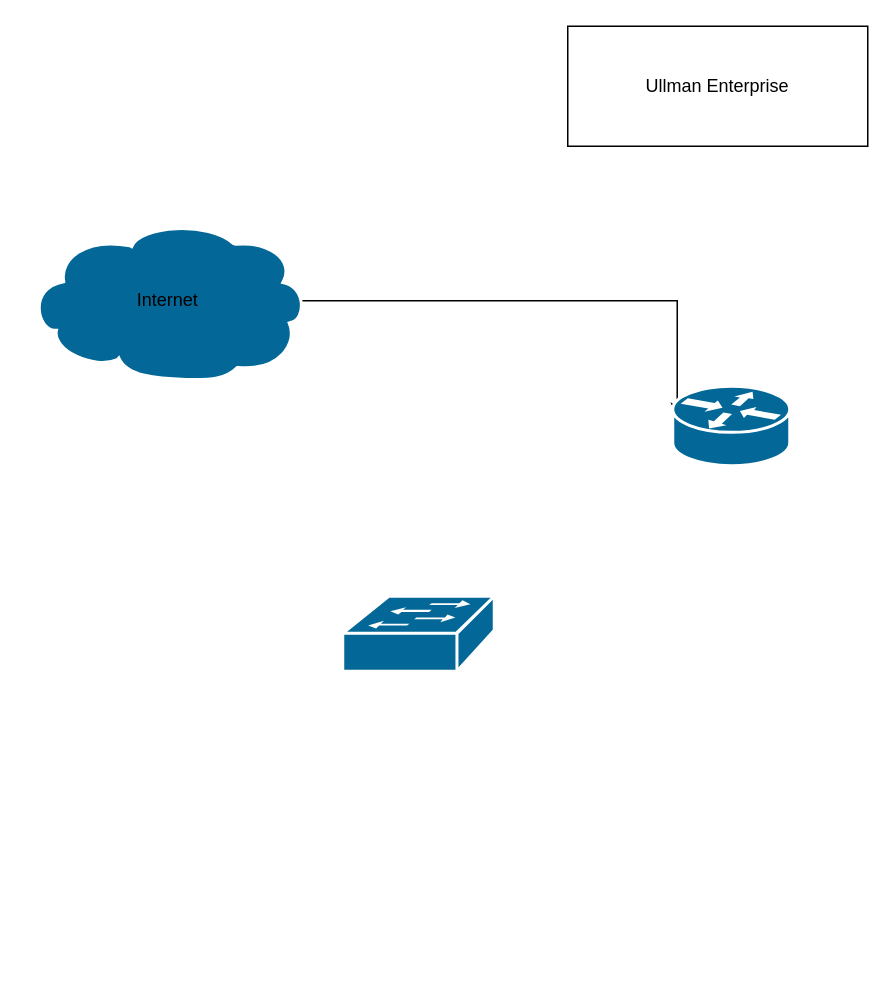
Above: Untitled Diagram.drawio in taming-life/ITNW1325_class (draw.io), before the change. Source tidied: cells renumbered, new cells numbered last; positions are measured from the earlier drawing's top-left corner, leaving out a move shared by most shapes. Both pictures are drawn from the tidied source at 150%, with x=0, y=0 at pixel (27, 26).
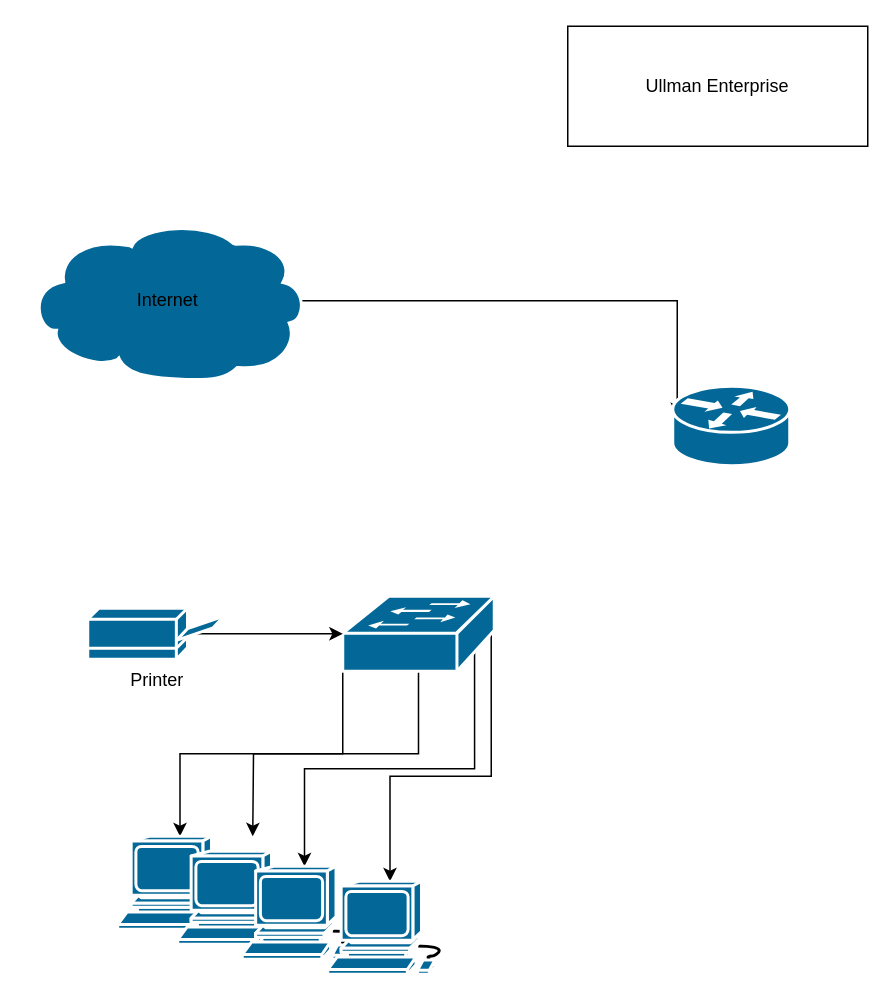
Above is the later version.

Diff of the diagram source:
```diff
@@
 <mxGraphModel>
   <root>
     <mxCell id="0" />
     <mxCell id="1" parent="0" />
     <mxCell id="2" style="edgeStyle=orthogonalEdgeStyle;rounded=0;jettySize=auto;html=1;exitX=0.98;exitY=0.5;exitDx=0;exitDy=0;exitPerimeter=0;entryX=0.038;entryY=0.377;entryDx=0;entryDy=0;entryPerimeter=0;" parent="1" edge="1" source="3" target="4">
       <mxGeometry relative="1" as="geometry" />
     </mxCell>
     <mxCell id="3" value="Internet" style="shape=mxgraph.cisco.storage.cloud;sketch=0;html=1;dashed=0;fillColor=#036897;strokeColor=#ffffff;strokeWidth=2;verticalLabelPosition=middle;verticalAlign=middle;align=center;outlineConnect=0;labelPosition=center;" parent="1" vertex="1">
       <mxGeometry y="130" width="186" height="106" as="geometry" />
     </mxCell>
     <mxCell id="4" style="shape=mxgraph.cisco.routers.router;sketch=0;html=1;dashed=0;fillColor=#036897;strokeColor=#ffffff;strokeWidth=2;verticalLabelPosition=bottom;verticalAlign=top;align=center;outlineConnect=0;" parent="1" vertex="1">
       <mxGeometry x="430" y="240" width="78" height="53" as="geometry" />
     </mxCell>
+    <mxCell id="7" style="edgeStyle=orthogonalEdgeStyle;rounded=0;orthogonalLoop=1;jettySize=auto;html=1;" parent="1" edge="1" source="14" target="14">
+      <mxGeometry relative="1" as="geometry" />
+    </mxCell>
+    <mxCell id="8" style="edgeStyle=orthogonalEdgeStyle;rounded=0;jettySize=auto;html=1;exitX=0;exitY=0.98;exitDx=0;exitDy=0;exitPerimeter=0;entryX=0.5;entryY=0;entryDx=0;entryDy=0;entryPerimeter=0;" parent="1" edge="1" source="5" target="14">
+      <mxGeometry relative="1" as="geometry" />
+    </mxCell>
+    <mxCell id="9" style="edgeStyle=orthogonalEdgeStyle;rounded=0;jettySize=auto;html=1;exitX=0.5;exitY=0.98;exitDx=0;exitDy=0;exitPerimeter=0;" parent="1" edge="1" source="5">
+      <mxGeometry relative="1" as="geometry">
+        <mxPoint x="150" y="540" as="targetPoint" />
+      </mxGeometry>
+    </mxCell>
+    <mxCell id="10" style="edgeStyle=orthogonalEdgeStyle;rounded=0;jettySize=auto;html=1;exitX=0.87;exitY=0.74;exitDx=0;exitDy=0;exitPerimeter=0;" parent="1" edge="1" source="5" target="16">
+      <mxGeometry relative="1" as="geometry" />
+    </mxCell>
+    <mxCell id="11" style="edgeStyle=orthogonalEdgeStyle;rounded=0;jettySize=auto;html=1;exitX=0.98;exitY=0.5;exitDx=0;exitDy=0;exitPerimeter=0;" parent="1" edge="1" source="5" target="17">
+      <mxGeometry relative="1" as="geometry" />
+    </mxCell>
     <mxCell id="5" style="shape=mxgraph.cisco.switches.workgroup_switch;sketch=0;html=1;dashed=0;fillColor=#036897;strokeColor=#ffffff;strokeWidth=2;verticalLabelPosition=bottom;verticalAlign=top;align=center;outlineConnect=0;" parent="1" vertex="1">
       <mxGeometry x="210" y="380" width="101" height="50" as="geometry" />
     </mxCell>
     <mxCell id="6" value="Ullman Enterprise" style="rounded=0;whiteSpace=wrap;html=1;" parent="1" vertex="1">
       <mxGeometry x="360" width="200" height="80" as="geometry" />
     </mxCell>
+    <mxCell id="12" style="edgeStyle=orthogonalEdgeStyle;rounded=0;jettySize=auto;html=1;exitX=0.8;exitY=0.5;exitDx=0;exitDy=0;exitPerimeter=0;entryX=0;entryY=0.5;entryDx=0;entryDy=0;entryPerimeter=0;" parent="1" edge="1" source="13" target="5">
+      <mxGeometry relative="1" as="geometry" />
+    </mxCell>
+    <mxCell id="13" value="Printer" style="shape=mxgraph.cisco.computers_and_peripherals.printer;html=1;dashed=0;fillColor=#036897;strokeColor=#ffffff;strokeWidth=2;verticalLabelPosition=bottom;verticalAlign=top;align=center;outlineConnect=0;" parent="1" vertex="1">
+      <mxGeometry x="40" y="388" width="91" height="34" as="geometry" />
+    </mxCell>
+    <mxCell id="14" style="shape=mxgraph.cisco.computers_and_peripherals.workstation;sketch=0;html=1;dashed=0;fillColor=#036897;strokeColor=#ffffff;strokeWidth=2;verticalLabelPosition=bottom;verticalAlign=top;align=center;outlineConnect=0;" parent="1" vertex="1">
+      <mxGeometry x="60" y="540" width="83" height="62" as="geometry" />
+    </mxCell>
+    <mxCell id="15" style="shape=mxgraph.cisco.computers_and_peripherals.workstation;sketch=0;html=1;dashed=0;fillColor=#036897;strokeColor=#ffffff;strokeWidth=2;verticalLabelPosition=bottom;verticalAlign=top;align=center;" parent="1" vertex="1">
+      <mxGeometry x="100" y="550" width="83" height="62" as="geometry" />
+    </mxCell>
+    <mxCell id="16" style="shape=mxgraph.cisco.computers_and_peripherals.workstation;sketch=0;html=1;dashed=0;fillColor=#036897;strokeColor=#ffffff;strokeWidth=2;verticalLabelPosition=bottom;verticalAlign=top;align=center;outlineConnect=0;" parent="1" vertex="1">
+      <mxGeometry x="143" y="560" width="83" height="62" as="geometry" />
+    </mxCell>
+    <mxCell id="17" style="shape=mxgraph.cisco.computers_and_peripherals.workstation;sketch=0;html=1;dashed=0;fillColor=#036897;strokeColor=#ffffff;strokeWidth=2;verticalLabelPosition=bottom;verticalAlign=top;align=center;outlineConnect=0;" parent="1" vertex="1">
+      <mxGeometry x="200" y="570" width="83" height="62" as="geometry" />
+    </mxCell>
   </root>
 </mxGraphModel>
```
